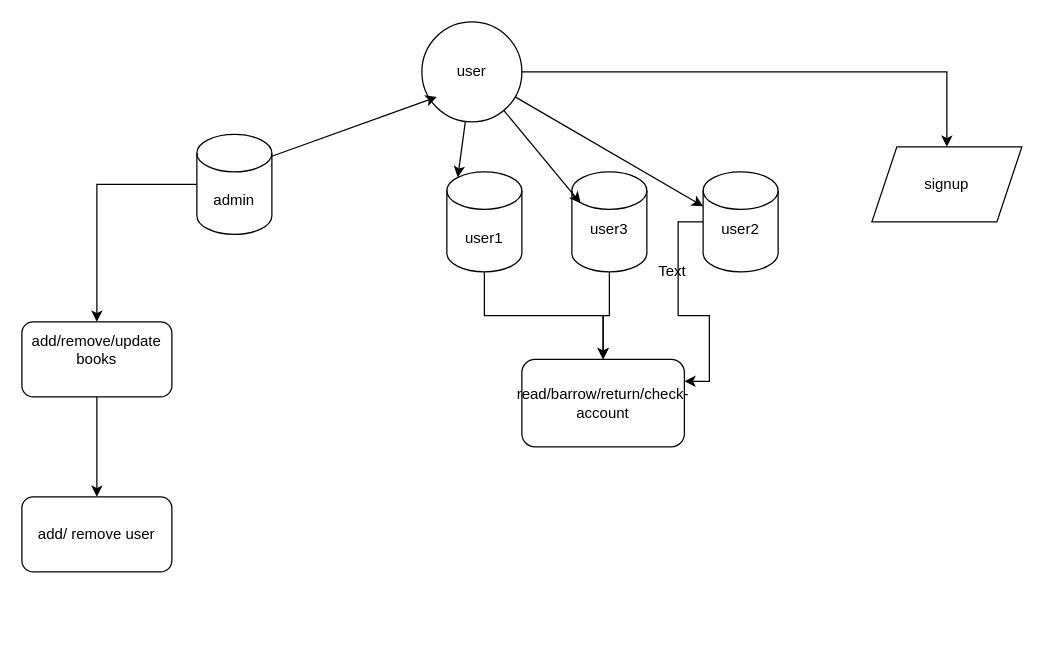
rizwanahmed1981/library-management-system-python keeps this draw.io diagram as library-management-system.drawio. Above is the earlier version. Source tidied: cells renumbered, new cells numbered last; positions are measured from the earlier drawing's top-left corner, leaving out a move shared by most shapes. Both pictures are drawn from the tidied source at 125%, with x=0, y=0 at pixel (21, 21).
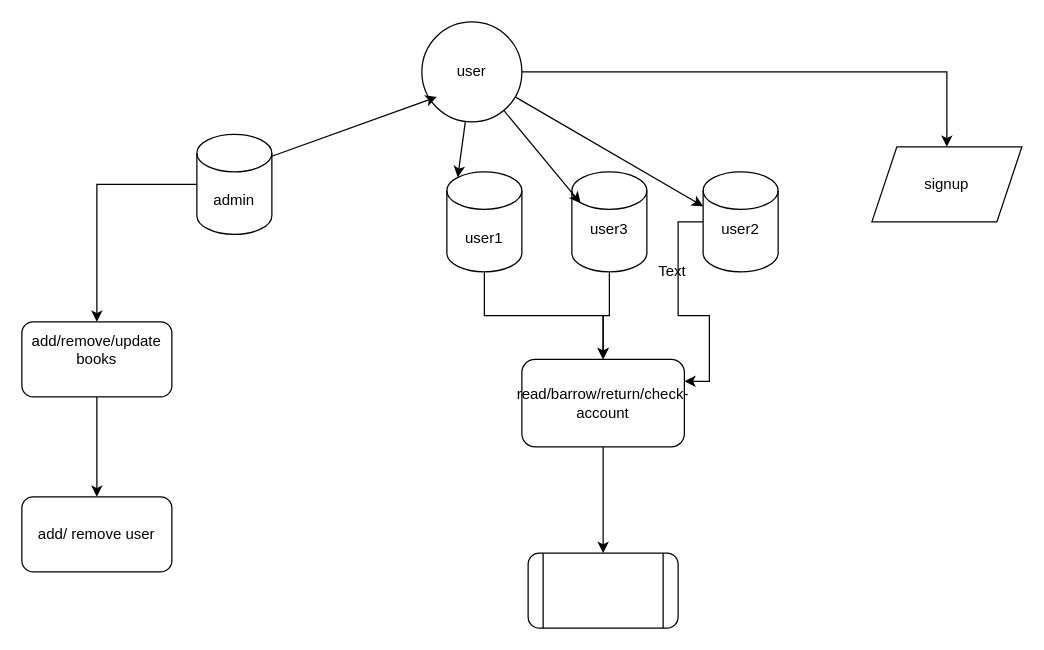
The same diagram, later.

Unchanged cells that the change refers to:
```xml
<mxCell id="19" value="read/barrow/return/check-account" style="rounded=1;whiteSpace=wrap;html=1;" parent="1" vertex="1">
  <mxGeometry x="400" y="270" width="130" height="70" as="geometry" />
</mxCell>
```

Diff of the diagram source:
```diff
@@
+    <mxCell id="22" style="edgeStyle=orthogonalEdgeStyle;rounded=0;jettySize=auto;html=1;" parent="1" edge="1" source="19" target="23">
+      <mxGeometry relative="1" as="geometry" />
+    </mxCell>
@@
+    <mxCell id="23" style="shape=process;whiteSpace=wrap;html=1;backgroundOutline=1;rounded=1;" parent="1" vertex="1">
+      <mxGeometry x="405" y="425" width="120" height="60" as="geometry" />
+    </mxCell>
```
